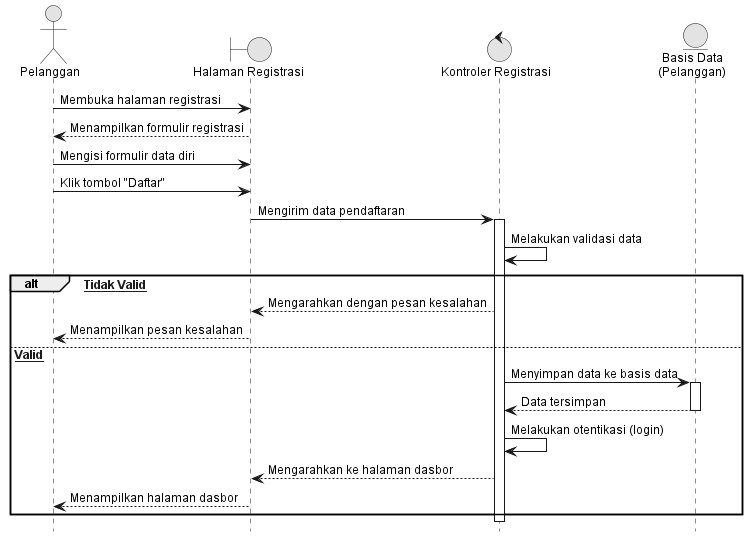
Earlier version of the PlantUML export docs/diagrams/01_Registrasi_Akun.png (Reyonl/project_TA).
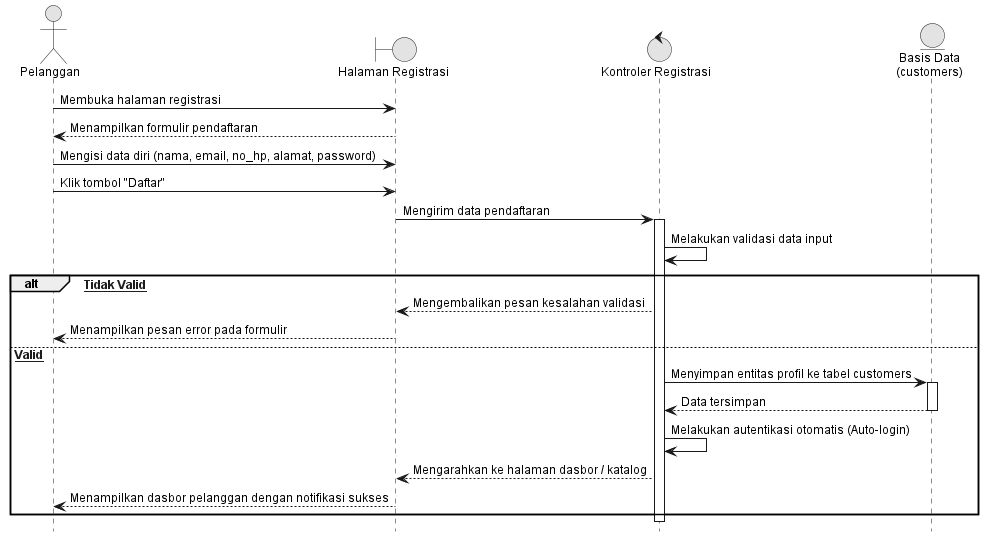
Above is the later version.

Diff of the diagram source:
```diff
@@ -9,28 +9,28 @@
 actor "Pelanggan" as Customer
 boundary "Halaman Registrasi" as View
 control "Kontroler Registrasi" as Controller
-entity "Basis Data\n(Pelanggan)" as DB
+entity "Basis Data\n(customers)" as DB
 
 Customer -> View : Membuka halaman registrasi
-View --> Customer : Menampilkan formulir registrasi
-Customer -> View : Mengisi formulir data diri
+View --> Customer : Menampilkan formulir pendaftaran
+Customer -> View : Mengisi data diri (nama, email, no_hp, alamat, password)
 Customer -> View : Klik tombol "Daftar"
 View -> Controller : Mengirim data pendaftaran
 activate Controller
 
-Controller -> Controller : Melakukan validasi data
+Controller -> Controller : Melakukan validasi data input
 
 alt [Data Tidak Valid]
-    Controller --> View : Mengarahkan dengan pesan kesalahan
-    View --> Customer : Menampilkan pesan kesalahan
+    Controller --> View : Mengembalikan pesan kesalahan validasi
+    View --> Customer : Menampilkan pesan error pada formulir
 else [Data Valid]
-    Controller -> DB : Menyimpan data ke basis data
+    Controller -> DB : Menyimpan entitas profil ke tabel customers
     activate DB
     DB --> Controller : Data tersimpan
     deactivate DB
-    Controller -> Controller : Melakukan otentikasi (login)
-    Controller --> View : Mengarahkan ke halaman dasbor
-    View --> Customer : Menampilkan halaman dasbor
+    Controller -> Controller : Melakukan autentikasi otomatis (Auto-login)
+    Controller --> View : Mengarahkan ke halaman dasbor / katalog
+    View --> Customer : Menampilkan dasbor pelanggan dengan notifikasi sukses
 end
 deactivate Controller
 @enduml
```
